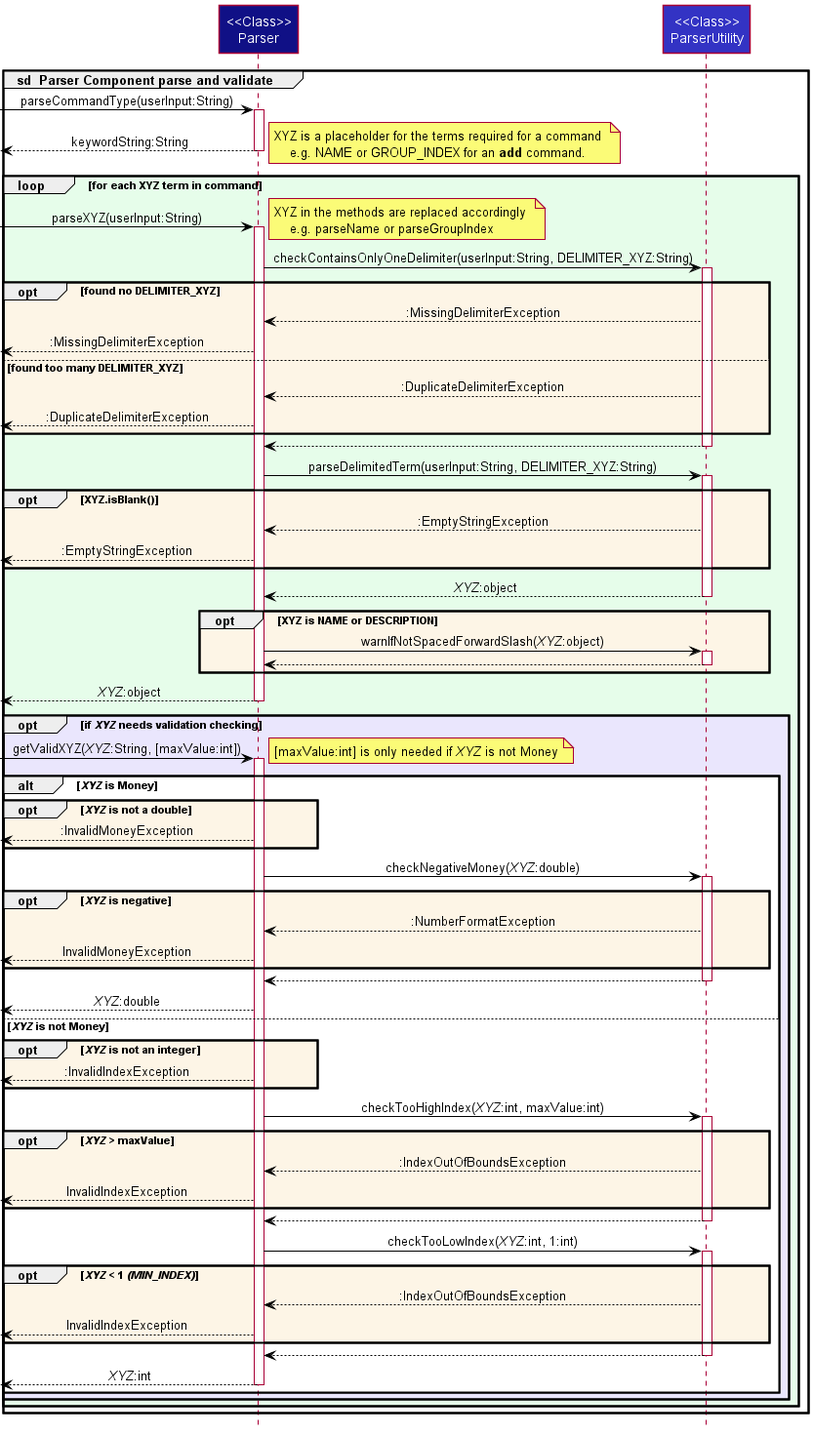
nus-cs2113-AY2122S2/tp keeps this PlantUML diagram as docs/images/ParserSequenceDiagram0.png. Above is the earlier version.
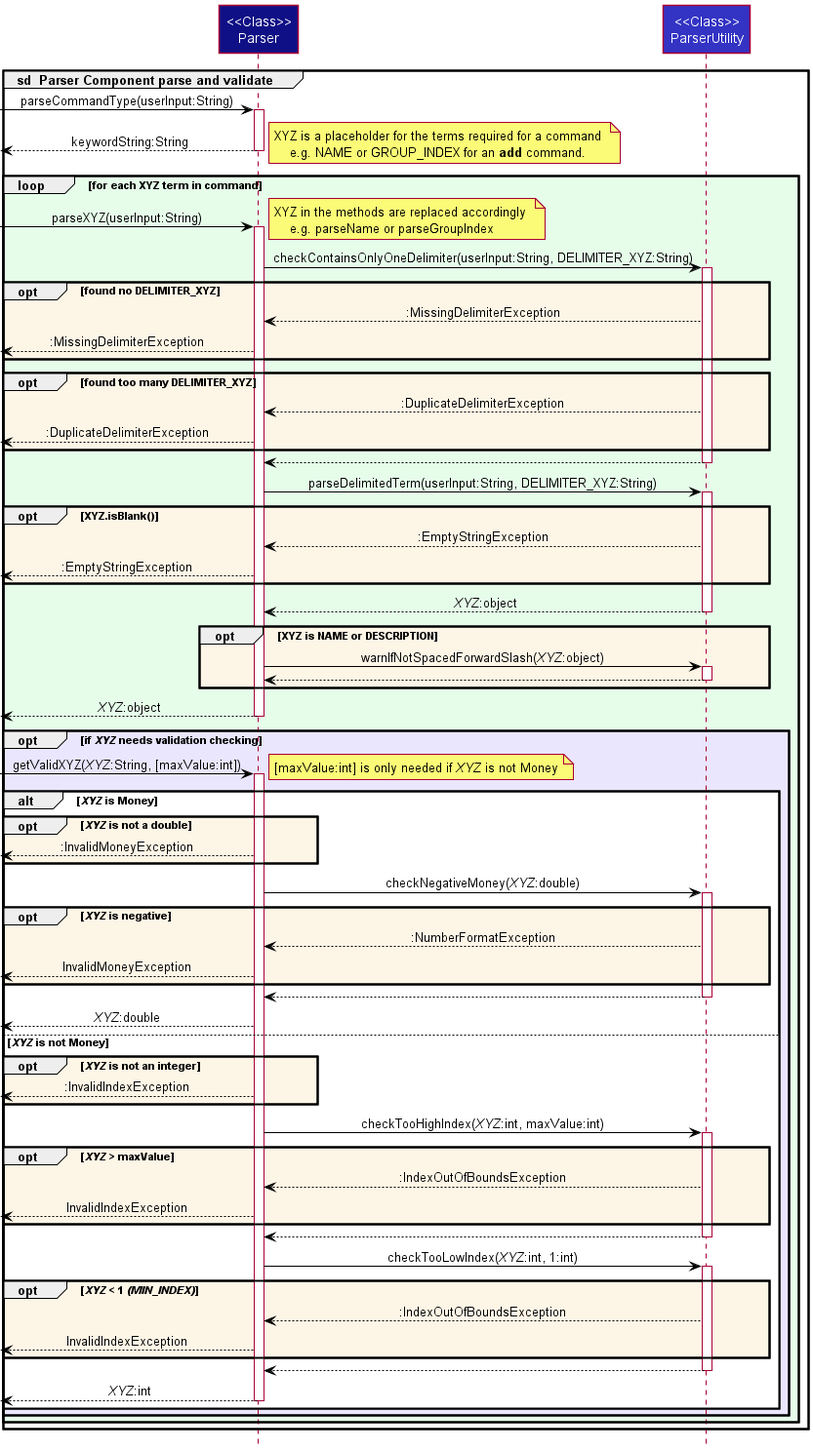
After the commit.

Commit message:
Update Parser Sequence Diagram

What changed in the source:
```diff
@@ -25,7 +25,8 @@
     opt OPT_COLOR found no DELIMITER_XYZ
         UParser --> Parser : :MissingDelimiterException
         Parser -->[ : :MissingDelimiterException
-    else found too many DELIMITER_XYZ
+    end opt
+    opt OPT_COLOR found too many DELIMITER_XYZ
         UParser --> Parser : :DuplicateDelimiterException
         Parser -->[ : :DuplicateDelimiterException
     end opt
```
